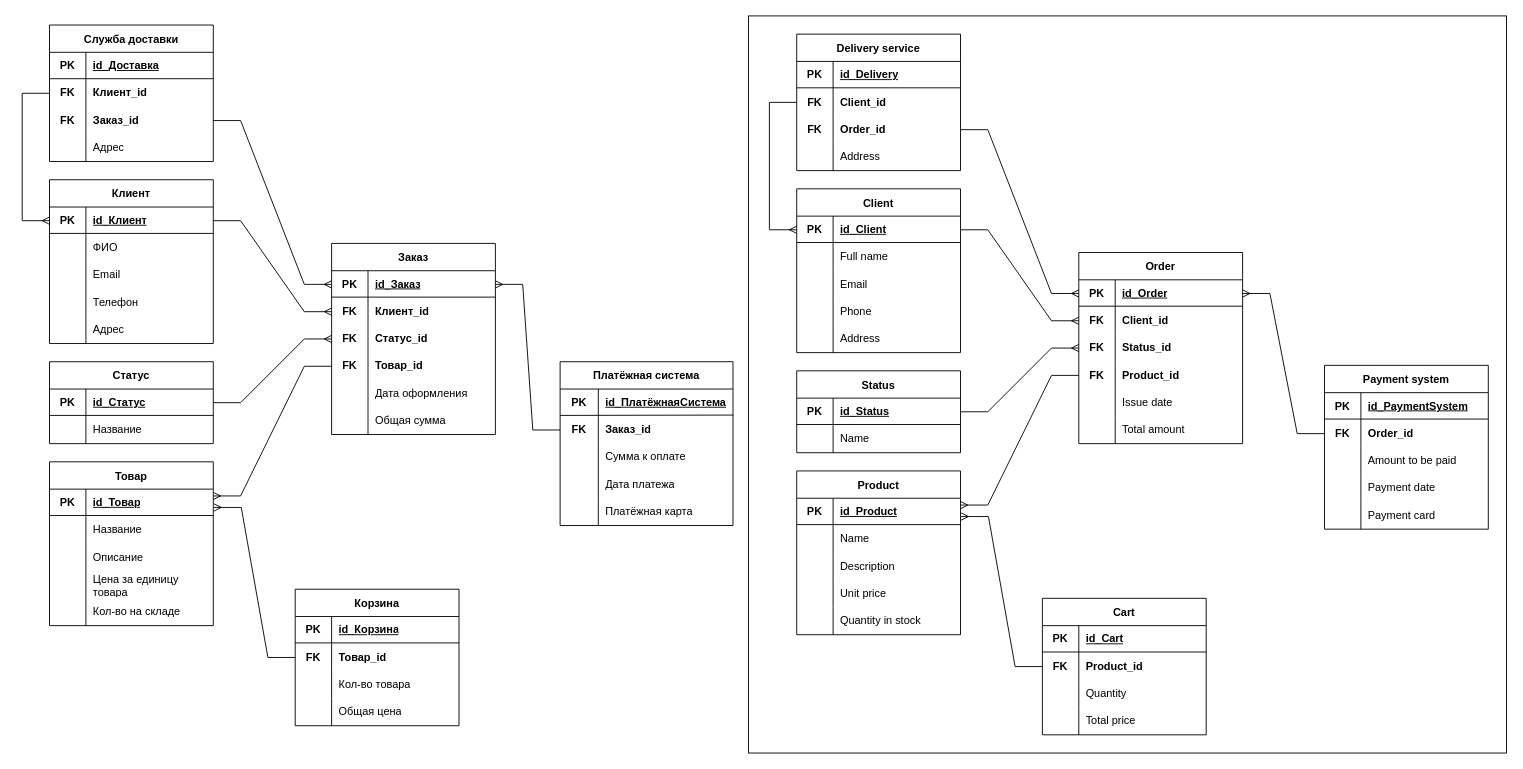
This is page "Логическая модель" (7 of 8) of Все диаграммы.drawio from AnnaOtchina/AnnaKyrsach, a draw.io file, before an edit. Source tidied: cells renumbered, new cells numbered last; positions are measured from the earlier drawing's top-left corner, leaving out a move shared by most shapes. Both pictures are drawn from the tidied source at 91%, with x=0, y=0 at pixel (22, 15).
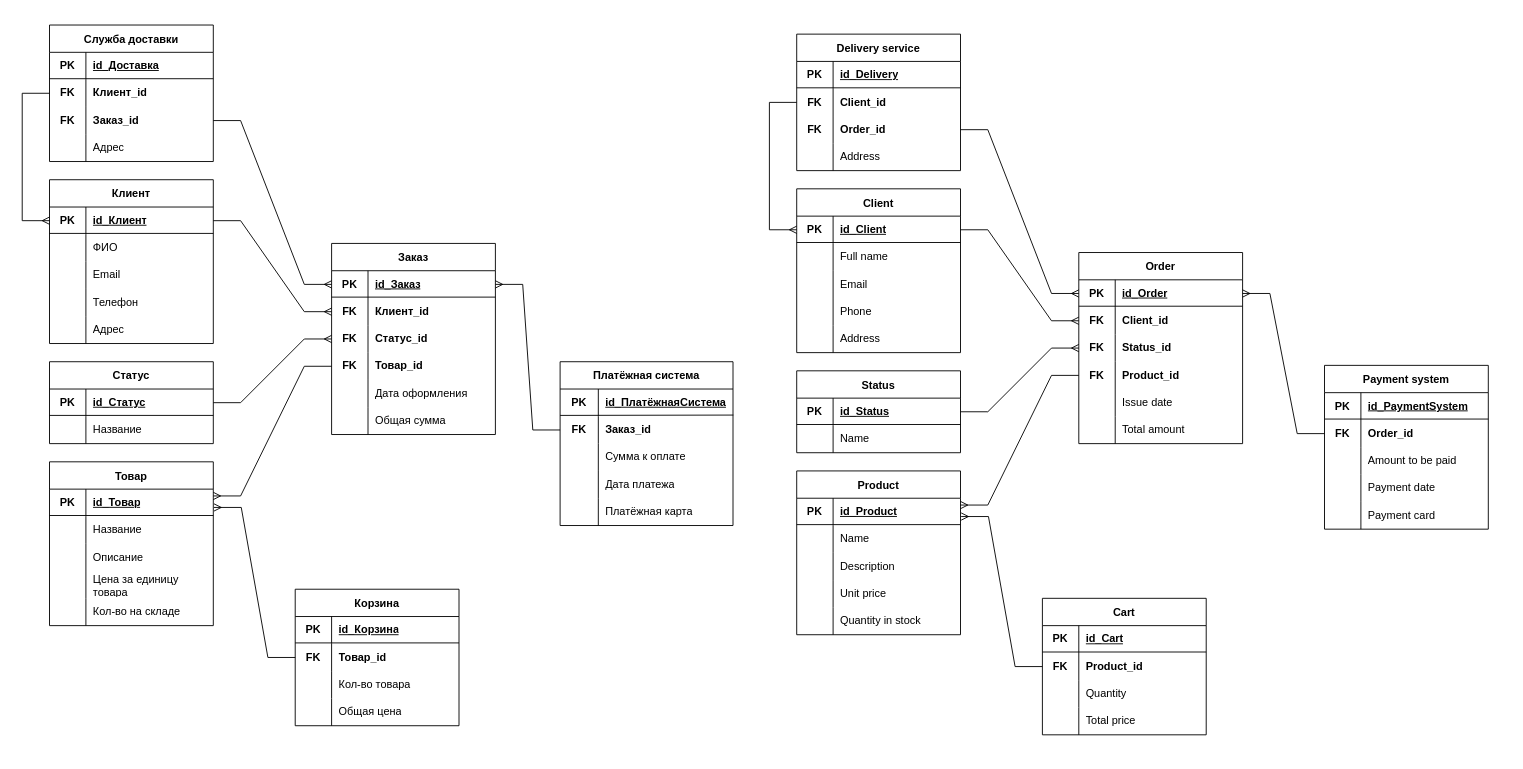
Above is the later version.

The edit, as a diff of the source:
```diff
@@
-    <mxCell id="2" style="rounded=0;whiteSpace=wrap;html=1;" parent="1" vertex="1">
-      <mxGeometry x="798" width="833" height="810" as="geometry" />
-    </mxCell>
```
